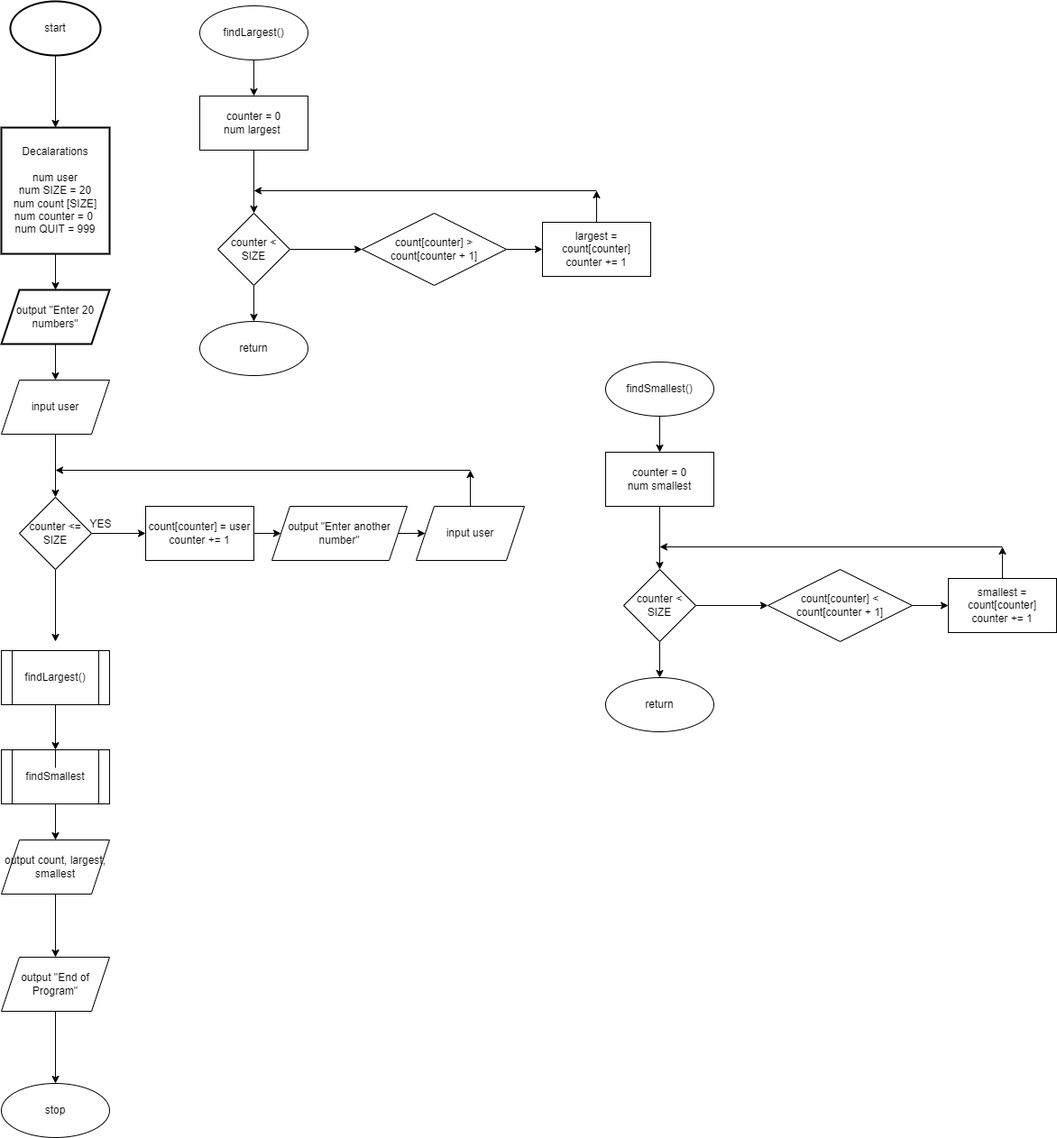
sweetrellish/python_work1 keeps this draw.io diagram as Problem Solving/20numLargeA.png. Above is the earlier version. Source tidied: cells renumbered, new cells last; positions are measured from the earlier drawing's top-left corner, leaving out a move shared by most shapes. Its diagram source:
```xml
<mxGraphModel>
  <root>
    <mxCell id="0" />
    <mxCell id="1" parent="0" />
    <mxCell id="2" style="edgeStyle=none;html=1;" parent="1" edge="1" source="3" target="5">
      <mxGeometry relative="1" as="geometry" />
    </mxCell>
    <mxCell id="3" value="start" style="strokeWidth=2;html=1;shape=mxgraph.flowchart.start_1;whiteSpace=wrap;" parent="1" vertex="1">
      <mxGeometry x="10" width="100" height="60" as="geometry" />
    </mxCell>
    <mxCell id="4" style="edgeStyle=none;html=1;" parent="1" edge="1" source="5" target="7">
      <mxGeometry relative="1" as="geometry" />
    </mxCell>
    <mxCell id="5" value="Decalarations&lt;br&gt;&lt;br&gt;num user&lt;br&gt;num SIZE = 20&lt;br&gt;num count [SIZE]&lt;br&gt;num counter = 0&amp;nbsp;&lt;br&gt;num QUIT = 999" style="whiteSpace=wrap;html=1;strokeWidth=2;" parent="1" vertex="1">
      <mxGeometry y="140" width="120" height="140" as="geometry" />
    </mxCell>
    <mxCell id="6" style="edgeStyle=none;html=1;" parent="1" edge="1" source="7">
      <mxGeometry relative="1" as="geometry">
        <mxPoint x="60" y="420" as="targetPoint" />
      </mxGeometry>
    </mxCell>
    <mxCell id="7" value="output &quot;Enter 20 numbers&quot;" style="shape=parallelogram;perimeter=parallelogramPerimeter;whiteSpace=wrap;html=1;fixedSize=1;strokeWidth=2;" parent="1" vertex="1">
      <mxGeometry y="320" width="120" height="60" as="geometry" />
    </mxCell>
    <mxCell id="8" style="edgeStyle=none;html=1;" parent="1" edge="1" source="9" target="12">
      <mxGeometry relative="1" as="geometry" />
    </mxCell>
    <mxCell id="9" value="input user" style="shape=parallelogram;perimeter=parallelogramPerimeter;whiteSpace=wrap;html=1;fixedSize=1;" parent="1" vertex="1">
      <mxGeometry y="420" width="120" height="60" as="geometry" />
    </mxCell>
    <mxCell id="10" style="edgeStyle=none;html=1;" parent="1" edge="1" source="12" target="14">
      <mxGeometry relative="1" as="geometry" />
    </mxCell>
    <mxCell id="11" style="edgeStyle=none;html=1;" parent="1" edge="1" source="12">
      <mxGeometry relative="1" as="geometry">
        <mxPoint x="60" y="710" as="targetPoint" />
      </mxGeometry>
    </mxCell>
    <mxCell id="12" value="counter &amp;lt;= SIZE" style="rhombus;whiteSpace=wrap;html=1;" parent="1" vertex="1">
      <mxGeometry x="20" y="550" width="80" height="80" as="geometry" />
    </mxCell>
    <mxCell id="13" style="edgeStyle=none;html=1;" parent="1" edge="1" source="14" target="17">
      <mxGeometry relative="1" as="geometry" />
    </mxCell>
    <mxCell id="14" value="count[counter] = user&lt;br&gt;counter += 1" style="whiteSpace=wrap;html=1;" parent="1" vertex="1">
      <mxGeometry x="160" y="560" width="120" height="60" as="geometry" />
    </mxCell>
    <mxCell id="15" style="endArrow=classic;html=1;" parent="1" edge="1">
      <mxGeometry relative="1" as="geometry">
        <mxPoint x="520" y="520" as="sourcePoint" />
        <mxPoint x="60" y="520" as="targetPoint" />
      </mxGeometry>
    </mxCell>
    <mxCell id="16" style="edgeStyle=none;html=1;" parent="1" edge="1" source="17" target="19">
      <mxGeometry relative="1" as="geometry" />
    </mxCell>
    <mxCell id="17" value="output &quot;Enter another number&quot;" style="shape=parallelogram;perimeter=parallelogramPerimeter;whiteSpace=wrap;html=1;fixedSize=1;" parent="1" vertex="1">
      <mxGeometry x="300" y="560" width="150" height="60" as="geometry" />
    </mxCell>
    <mxCell id="18" style="edgeStyle=none;html=1;exitX=0.5;exitY=0;exitDx=0;exitDy=0;" parent="1" edge="1" source="19">
      <mxGeometry relative="1" as="geometry">
        <mxPoint x="520" y="520" as="targetPoint" />
      </mxGeometry>
    </mxCell>
    <mxCell id="19" value="input user" style="shape=parallelogram;perimeter=parallelogramPerimeter;whiteSpace=wrap;html=1;fixedSize=1;" parent="1" vertex="1">
      <mxGeometry x="460" y="560" width="120" height="60" as="geometry" />
    </mxCell>
    <mxCell id="20" value="YES" style="text;html=1;align=center;verticalAlign=middle;strokeColor=none;fillColor=none;" parent="1" vertex="1">
      <mxGeometry x="90" y="570" width="40" height="20" as="geometry" />
    </mxCell>
    <mxCell id="21" style="edgeStyle=none;html=1;" parent="1" edge="1" source="22" target="23">
      <mxGeometry relative="1" as="geometry" />
    </mxCell>
    <mxCell id="22" value="output &quot;End of Program&quot;" style="shape=parallelogram;perimeter=parallelogramPerimeter;whiteSpace=wrap;html=1;fixedSize=1;" parent="1" vertex="1">
      <mxGeometry y="1060" width="120" height="60" as="geometry" />
    </mxCell>
    <mxCell id="23" value="stop" style="ellipse;whiteSpace=wrap;html=1;" parent="1" vertex="1">
      <mxGeometry y="1200" width="120" height="60" as="geometry" />
    </mxCell>
    <mxCell id="24" style="edgeStyle=none;html=1;" parent="1" edge="1" source="25" target="27">
      <mxGeometry relative="1" as="geometry" />
    </mxCell>
    <mxCell id="25" value="findLargest()" style="ellipse;whiteSpace=wrap;html=1;" parent="1" vertex="1">
      <mxGeometry x="220" y="5" width="120" height="60" as="geometry" />
    </mxCell>
    <mxCell id="26" style="edgeStyle=none;html=1;" parent="1" edge="1" source="27" target="30">
      <mxGeometry relative="1" as="geometry" />
    </mxCell>
    <mxCell id="27" value="counter = 0&lt;br&gt;num largest&amp;nbsp;" style="whiteSpace=wrap;html=1;" parent="1" vertex="1">
      <mxGeometry x="220" y="105" width="120" height="60" as="geometry" />
    </mxCell>
    <mxCell id="28" style="edgeStyle=none;html=1;" parent="1" edge="1" source="30" target="31">
      <mxGeometry relative="1" as="geometry" />
    </mxCell>
    <mxCell id="29" style="edgeStyle=none;html=1;" parent="1" edge="1" source="30" target="35">
      <mxGeometry relative="1" as="geometry" />
    </mxCell>
    <mxCell id="30" value="counter &amp;lt; SIZE" style="rhombus;whiteSpace=wrap;html=1;" parent="1" vertex="1">
      <mxGeometry x="240" y="235" width="80" height="80" as="geometry" />
    </mxCell>
    <mxCell id="31" value="return" style="ellipse;whiteSpace=wrap;html=1;" parent="1" vertex="1">
      <mxGeometry x="220" y="355" width="120" height="60" as="geometry" />
    </mxCell>
    <mxCell id="32" style="edgeStyle=none;html=1;" parent="1" edge="1" source="33" target="53">
      <mxGeometry relative="1" as="geometry" />
    </mxCell>
    <mxCell id="33" value="findLargest()" style="shape=process;whiteSpace=wrap;html=1;backgroundOutline=1;" parent="1" vertex="1">
      <mxGeometry y="720" width="120" height="60" as="geometry" />
    </mxCell>
    <mxCell id="34" style="edgeStyle=none;html=1;" parent="1" edge="1" source="35" target="37">
      <mxGeometry relative="1" as="geometry" />
    </mxCell>
    <mxCell id="35" value="count[counter] &amp;gt; count[counter + 1]" style="rhombus;whiteSpace=wrap;html=1;" parent="1" vertex="1">
      <mxGeometry x="400" y="235" width="160" height="80" as="geometry" />
    </mxCell>
    <mxCell id="36" style="edgeStyle=none;html=1;exitX=0.5;exitY=0;exitDx=0;exitDy=0;" parent="1" edge="1" source="37">
      <mxGeometry relative="1" as="geometry">
        <mxPoint x="660" y="210" as="targetPoint" />
      </mxGeometry>
    </mxCell>
    <mxCell id="37" value="largest = count[counter]&lt;br&gt;counter += 1" style="whiteSpace=wrap;html=1;" parent="1" vertex="1">
      <mxGeometry x="600" y="245" width="120" height="60" as="geometry" />
    </mxCell>
    <mxCell id="38" style="endArrow=classic;html=1;" parent="1" edge="1">
      <mxGeometry relative="1" as="geometry">
        <mxPoint x="660" y="210" as="sourcePoint" />
        <mxPoint x="280" y="210" as="targetPoint" />
      </mxGeometry>
    </mxCell>
    <mxCell id="39" style="edgeStyle=none;html=1;" parent="1" edge="1" source="40" target="42">
      <mxGeometry relative="1" as="geometry" />
    </mxCell>
    <mxCell id="40" value="findSmallest()" style="ellipse;whiteSpace=wrap;html=1;" parent="1" vertex="1">
      <mxGeometry x="670" y="400" width="120" height="60" as="geometry" />
    </mxCell>
    <mxCell id="41" style="edgeStyle=none;html=1;" parent="1" edge="1" source="42" target="45">
      <mxGeometry relative="1" as="geometry" />
    </mxCell>
    <mxCell id="42" value="counter = 0&lt;br&gt;num smallest" style="whiteSpace=wrap;html=1;" parent="1" vertex="1">
      <mxGeometry x="670" y="500" width="120" height="60" as="geometry" />
    </mxCell>
    <mxCell id="43" style="edgeStyle=none;html=1;" parent="1" edge="1" source="45" target="46">
      <mxGeometry relative="1" as="geometry" />
    </mxCell>
    <mxCell id="44" style="edgeStyle=none;html=1;" parent="1" edge="1" source="45" target="48">
      <mxGeometry relative="1" as="geometry" />
    </mxCell>
    <mxCell id="45" value="counter &amp;lt; SIZE" style="rhombus;whiteSpace=wrap;html=1;" parent="1" vertex="1">
      <mxGeometry x="690" y="630" width="80" height="80" as="geometry" />
    </mxCell>
    <mxCell id="46" value="return" style="ellipse;whiteSpace=wrap;html=1;" parent="1" vertex="1">
      <mxGeometry x="670" y="750" width="120" height="60" as="geometry" />
    </mxCell>
    <mxCell id="47" style="edgeStyle=none;html=1;" parent="1" edge="1" source="48" target="50">
      <mxGeometry relative="1" as="geometry" />
    </mxCell>
    <mxCell id="48" value="count[counter] &amp;lt; count[counter + 1]" style="rhombus;whiteSpace=wrap;html=1;" parent="1" vertex="1">
      <mxGeometry x="850" y="630" width="160" height="80" as="geometry" />
    </mxCell>
    <mxCell id="49" style="edgeStyle=none;html=1;exitX=0.5;exitY=0;exitDx=0;exitDy=0;" parent="1" edge="1" source="50">
      <mxGeometry relative="1" as="geometry">
        <mxPoint x="1110" y="605" as="targetPoint" />
      </mxGeometry>
    </mxCell>
    <mxCell id="50" value="smallest = count[counter]&lt;br&gt;counter += 1" style="whiteSpace=wrap;html=1;" parent="1" vertex="1">
      <mxGeometry x="1050" y="640" width="120" height="60" as="geometry" />
    </mxCell>
    <mxCell id="51" style="endArrow=classic;html=1;" parent="1" edge="1">
      <mxGeometry relative="1" as="geometry">
        <mxPoint x="1110" y="605" as="sourcePoint" />
        <mxPoint x="730" y="605" as="targetPoint" />
      </mxGeometry>
    </mxCell>
    <mxCell id="52" style="edgeStyle=none;html=1;" parent="1" edge="1" source="53" target="56">
      <mxGeometry relative="1" as="geometry" />
    </mxCell>
    <mxCell id="53" value="findSmallest" style="shape=process;whiteSpace=wrap;html=1;backgroundOutline=1;" parent="1" vertex="1">
      <mxGeometry y="830" width="120" height="60" as="geometry" />
    </mxCell>
    <mxCell id="54" style="edgeStyle=none;html=1;endArrow=none;" parent="1" edge="1" target="53">
      <mxGeometry relative="1" as="geometry">
        <mxPoint x="60" y="850" as="sourcePoint" />
      </mxGeometry>
    </mxCell>
    <mxCell id="55" style="edgeStyle=none;html=1;" parent="1" edge="1" source="56" target="22">
      <mxGeometry relative="1" as="geometry" />
    </mxCell>
    <mxCell id="56" value="output count, largest, smallest" style="shape=parallelogram;perimeter=parallelogramPerimeter;whiteSpace=wrap;html=1;fixedSize=1;" parent="1" vertex="1">
      <mxGeometry y="930" width="120" height="60" as="geometry" />
    </mxCell>
  </root>
</mxGraphModel>
```
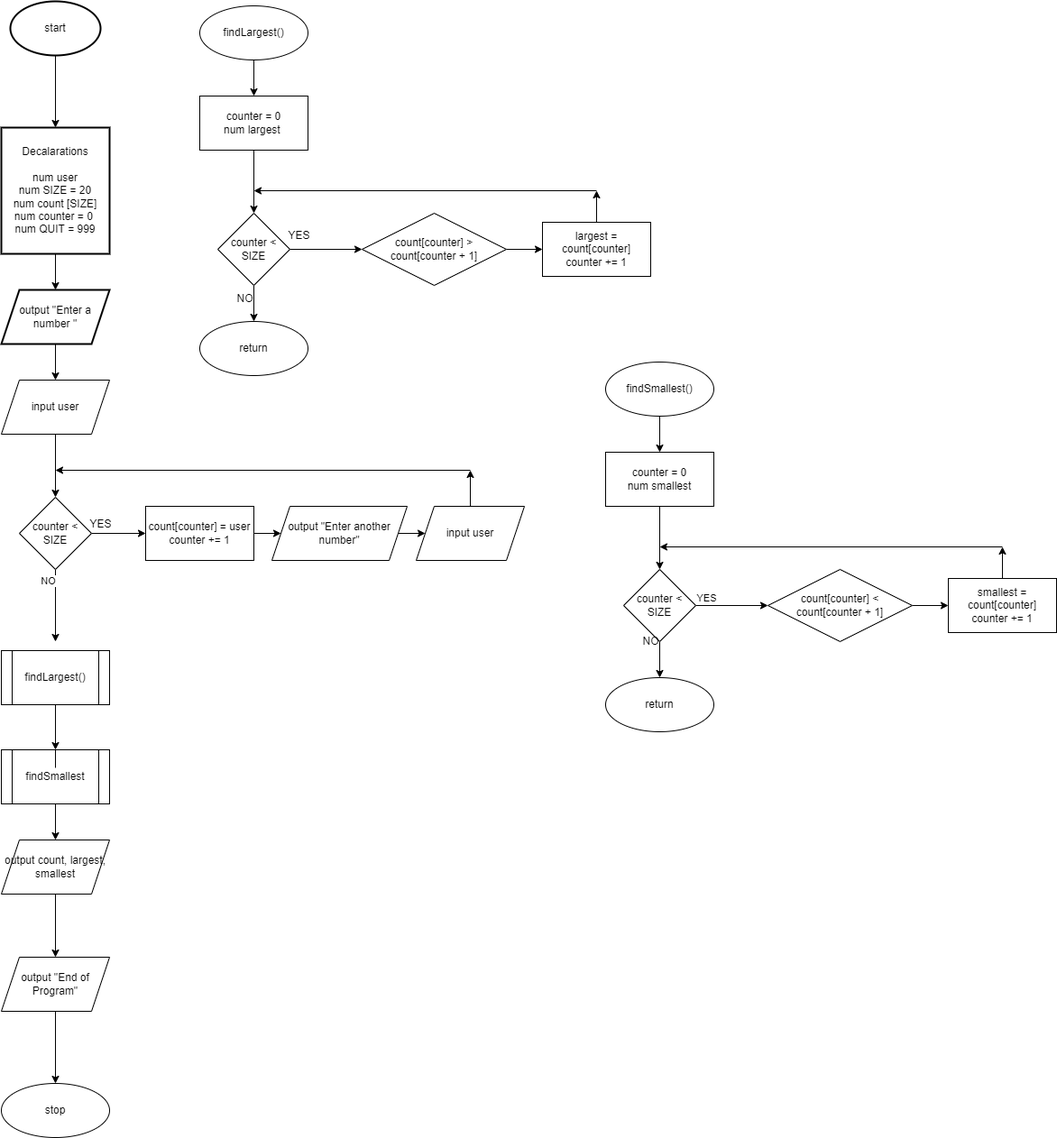
After the change.

What changed in the source:
```diff
@@ -19,7 +19,7 @@
         <mxPoint x="60" y="420" as="targetPoint" />
       </mxGeometry>
     </mxCell>
-    <mxCell id="7" value="output &quot;Enter 20 numbers&quot;" style="shape=parallelogram;perimeter=parallelogramPerimeter;whiteSpace=wrap;html=1;fixedSize=1;strokeWidth=2;" parent="1" vertex="1">
+    <mxCell id="7" value="output &quot;Enter a number &quot;" style="shape=parallelogram;perimeter=parallelogramPerimeter;whiteSpace=wrap;html=1;fixedSize=1;strokeWidth=2;" parent="1" vertex="1">
       <mxGeometry y="320" width="120" height="60" as="geometry" />
     </mxCell>
     <mxCell id="8" style="edgeStyle=none;html=1;" parent="1" edge="1" source="9" target="12">
@@ -36,7 +36,10 @@
         <mxPoint x="60" y="710" as="targetPoint" />
       </mxGeometry>
     </mxCell>
+    <mxCell id="57" value="NO" style="edgeLabel;html=1;align=center;verticalAlign=middle;" parent="11" vertex="1">
+      <mxGeometry x="-0.71" y="-9" relative="1" as="geometry" />
+    </mxCell>
-    <mxCell id="12" value="counter &amp;lt;= SIZE" style="rhombus;whiteSpace=wrap;html=1;" parent="1" vertex="1">
+    <mxCell id="12" value="counter &amp;lt; SIZE" style="rhombus;whiteSpace=wrap;html=1;" parent="1" vertex="1">
       <mxGeometry x="20" y="550" width="80" height="80" as="geometry" />
     </mxCell>
     <mxCell id="13" style="edgeStyle=none;html=1;" parent="1" edge="1" source="14" target="17">
@@ -145,6 +148,9 @@
     <mxCell id="44" style="edgeStyle=none;html=1;" parent="1" edge="1" source="45" target="48">
       <mxGeometry relative="1" as="geometry" />
     </mxCell>
+    <mxCell id="58" value="YES" style="edgeLabel;html=1;align=center;verticalAlign=middle;" parent="44" vertex="1">
+      <mxGeometry x="-0.73" y="9" relative="1" as="geometry" />
+    </mxCell>
     <mxCell id="45" value="counter &amp;lt; SIZE" style="rhombus;whiteSpace=wrap;html=1;" parent="1" vertex="1">
       <mxGeometry x="690" y="630" width="80" height="80" as="geometry" />
     </mxCell>
@@ -188,5 +194,14 @@
     <mxCell id="56" value="output count, largest, smallest" style="shape=parallelogram;perimeter=parallelogramPerimeter;whiteSpace=wrap;html=1;fixedSize=1;" parent="1" vertex="1">
       <mxGeometry y="930" width="120" height="60" as="geometry" />
     </mxCell>
+    <mxCell id="59" value="YES" style="text;html=1;align=center;verticalAlign=middle;strokeColor=none;fillColor=none;" parent="1" vertex="1">
+      <mxGeometry x="310" y="250" width="40" height="20" as="geometry" />
+    </mxCell>
+    <mxCell id="60" value="NO" style="text;html=1;align=center;verticalAlign=middle;strokeColor=none;fillColor=none;" parent="1" vertex="1">
+      <mxGeometry x="255" y="320" width="30" height="20" as="geometry" />
+    </mxCell>
+    <mxCell id="61" value="NO" style="text;html=1;align=center;verticalAlign=middle;strokeColor=none;fillColor=none;" parent="1" vertex="1">
+      <mxGeometry x="705" y="700" width="30" height="20" as="geometry" />
+    </mxCell>
   </root>
 </mxGraphModel>
```
